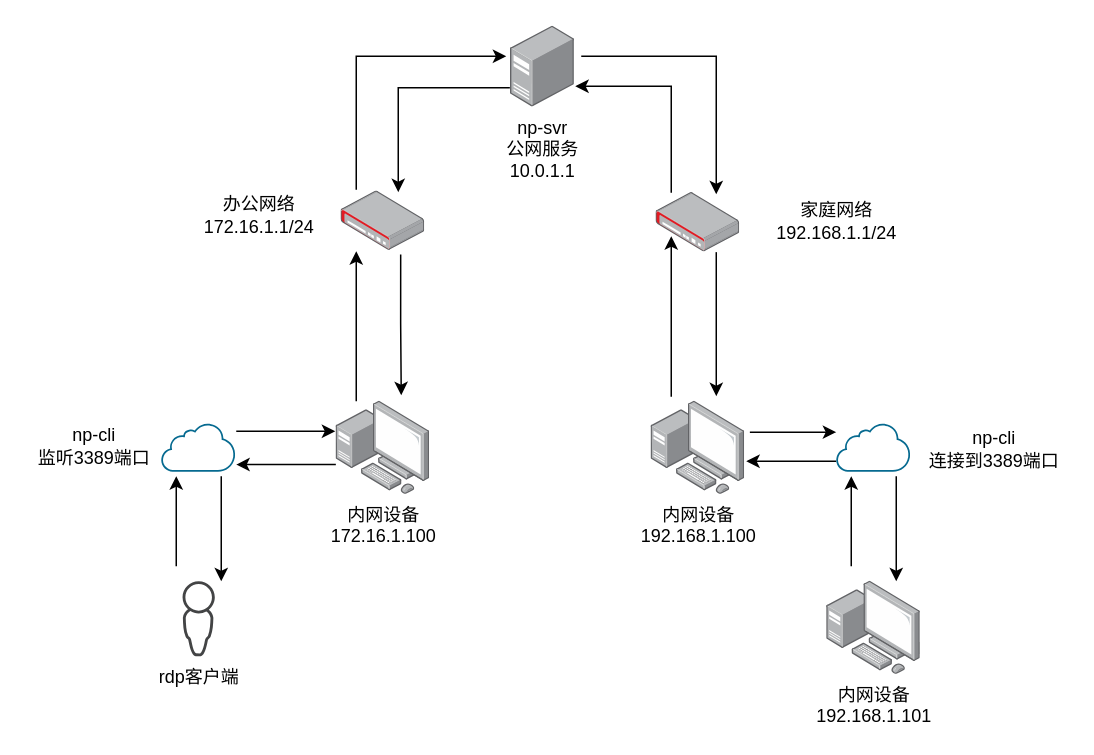
The draw.io diagram docs/imgs/example.drawio in lwch/natpass, before the edit. Source tidied: cells renumbered, new cells numbered last; positions are measured from the earlier drawing's top-left corner, leaving out a move shared by most shapes. Both pictures are drawn from the tidied source at 150%, with x=0, y=0 at pixel (26, 26).
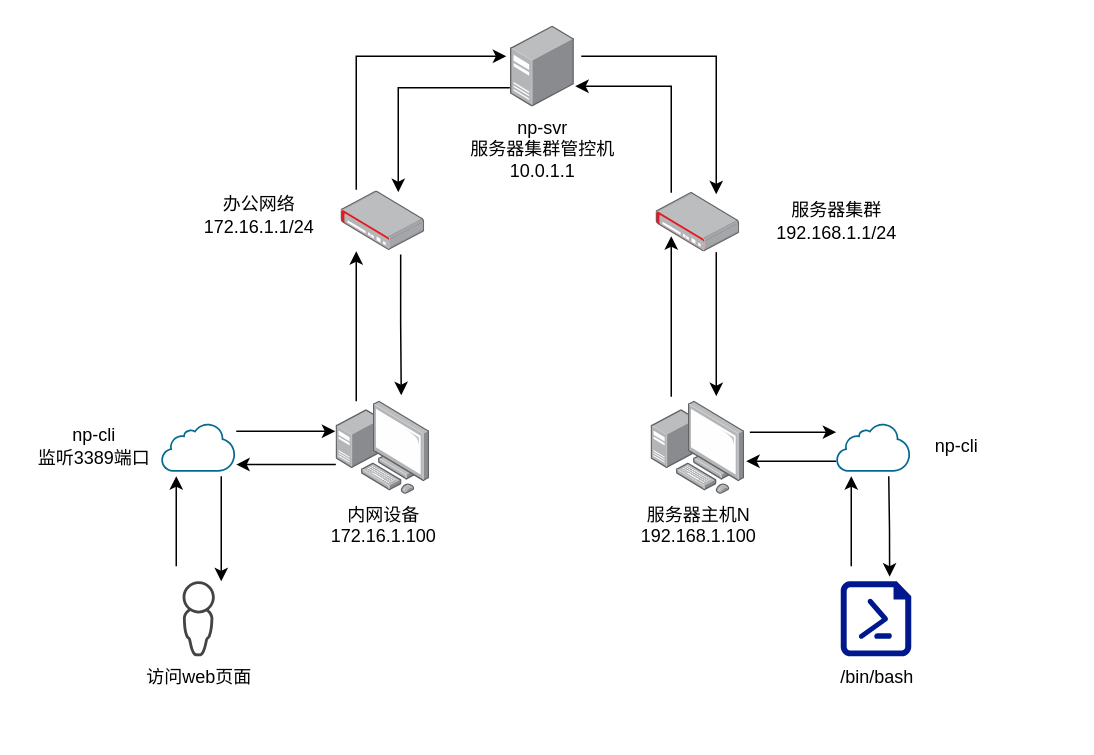
The same page after the edit.

Diff of the diagram source:
```diff
@@
-    <mxCell id="13" value="np-svr&lt;br&gt;公网服务&lt;br&gt;10.0.1.1" style="points=[];html=1;align=center;shadow=0;dashed=0;image;image=img/lib/allied_telesis/computer_and_terminals/Server_Desktop.svg;" parent="1" vertex="1">
+    <mxCell id="13" value="np-svr&lt;br&gt;服务器集群管控机&lt;br&gt;10.0.1.1" style="points=[];html=1;align=center;shadow=0;dashed=0;image;image=img/lib/allied_telesis/computer_and_terminals/Server_Desktop.svg;" parent="1" vertex="1">
       <mxGeometry x="323" width="42.6" height="54" as="geometry" />
     </mxCell>
@@
-    <mxCell id="16" value="内网设备&lt;br&gt;192.168.1.100" style="points=[];html=1;align=center;shadow=0;dashed=0;image;image=img/lib/allied_telesis/computer_and_terminals/Personal_Computer_with_Server.svg;" parent="1" vertex="1">
+    <mxCell id="16" value="服务器主机N&lt;br&gt;192.168.1.100" style="points=[];html=1;align=center;shadow=0;dashed=0;image;image=img/lib/allied_telesis/computer_and_terminals/Personal_Computer_with_Server.svg;" parent="1" vertex="1">
       <mxGeometry x="416.7" y="250" width="62.4" height="62.4" as="geometry" />
     </mxCell>
@@
-    <mxCell id="18" value="家庭网络&lt;br&gt;192.168.1.1/24" style="text;html=1;align=center;verticalAlign=middle;fillColor=none;strokeColor=none;rounded=0;" parent="1" vertex="1">
+    <mxCell id="18" value="服务器集群&lt;br&gt;192.168.1.1/24" style="text;html=1;align=center;verticalAlign=middle;fillColor=none;strokeColor=none;rounded=0;" parent="1" vertex="1">
       <mxGeometry x="490" y="114.8" width="100" height="30" as="geometry" />
     </mxCell>
@@
-    <mxCell id="23" value="rdp客户端" style="shadow=0;dashed=0;html=1;strokeColor=none;fillColor=#434445;labelPosition=center;verticalLabelPosition=bottom;verticalAlign=top;align=center;shape=mxgraph.vvd.administrator;" parent="1" vertex="1">
+    <mxCell id="23" value="访问web页面" style="shadow=0;dashed=0;html=1;strokeColor=none;fillColor=#434445;labelPosition=center;verticalLabelPosition=bottom;verticalAlign=top;align=center;shape=mxgraph.vvd.administrator;" parent="1" vertex="1">
       <mxGeometry x="104.2" y="370" width="21.5" height="50" as="geometry" />
     </mxCell>
@@
-    <mxCell id="25" style="edgeStyle=orthogonalEdgeStyle;rounded=0;orthogonalLoop=1;jettySize=auto;html=1;" parent="1" edge="1">
-      <mxGeometry relative="1" as="geometry">
-        <mxPoint x="580" y="300" as="sourcePoint" />
-        <mxPoint x="580" y="370" as="targetPoint" />
-      </mxGeometry>
-    </mxCell>
@@
+    <mxCell id="31" style="edgeStyle=orthogonalEdgeStyle;rounded=0;jettySize=auto;html=1;entryX=0.693;entryY=-0.061;entryDx=0;entryDy=0;entryPerimeter=0;" parent="1" edge="1" target="33">
+      <mxGeometry relative="1" as="geometry">
+        <mxPoint x="575" y="300" as="sourcePoint" />
+      </mxGeometry>
+    </mxCell>
@@
-    <mxCell id="28" style="edgeStyle=orthogonalEdgeStyle;rounded=0;orthogonalLoop=1;jettySize=auto;html=1;" parent="1" edge="1">
-      <mxGeometry relative="1" as="geometry">
-        <mxPoint x="550" y="360" as="sourcePoint" />
-        <mxPoint x="550" y="300" as="targetPoint" />
-      </mxGeometry>
-    </mxCell>
-    <mxCell id="29" value="np-cli&lt;br&gt;连接到3389端口" style="text;html=1;align=center;verticalAlign=middle;fillColor=none;strokeColor=none;rounded=0;" parent="1" vertex="1">
-      <mxGeometry x="595" y="267" width="100" height="30" as="geometry" />
+    <mxCell id="29" value="np-cli" style="text;html=1;align=center;verticalAlign=middle;fillColor=none;strokeColor=none;rounded=0;" parent="1" vertex="1">
+      <mxGeometry x="600" y="270" width="40" height="20" as="geometry" />
     </mxCell>
-    <mxCell id="30" value="内网设备&lt;br&gt;192.168.1.101" style="html=1;align=center;shadow=0;dashed=0;image;image=img/lib/allied_telesis/computer_and_terminals/Personal_Computer_with_Server.svg;" parent="1" vertex="1">
-      <mxGeometry x="533.8" y="370" width="62.4" height="62.4" as="geometry" />
-    </mxCell>
+    <mxCell id="32" style="edgeStyle=orthogonalEdgeStyle;rounded=0;orthogonalLoop=1;jettySize=auto;html=1;" parent="1" edge="1">
+      <mxGeometry relative="1" as="geometry">
+        <mxPoint x="550" y="360" as="sourcePoint" />
+        <mxPoint x="550" y="300" as="targetPoint" />
+      </mxGeometry>
+    </mxCell>
+    <mxCell id="33" value="/bin/bash" style="sketch=0;shadow=0;dashed=0;html=1;strokeColor=none;labelPosition=center;verticalLabelPosition=bottom;verticalAlign=top;align=center;fillColor=#00188D;shape=mxgraph.azure.powershell_file;" parent="1" vertex="1">
+      <mxGeometry x="543" y="370" width="47" height="50" as="geometry" />
+    </mxCell>
```
